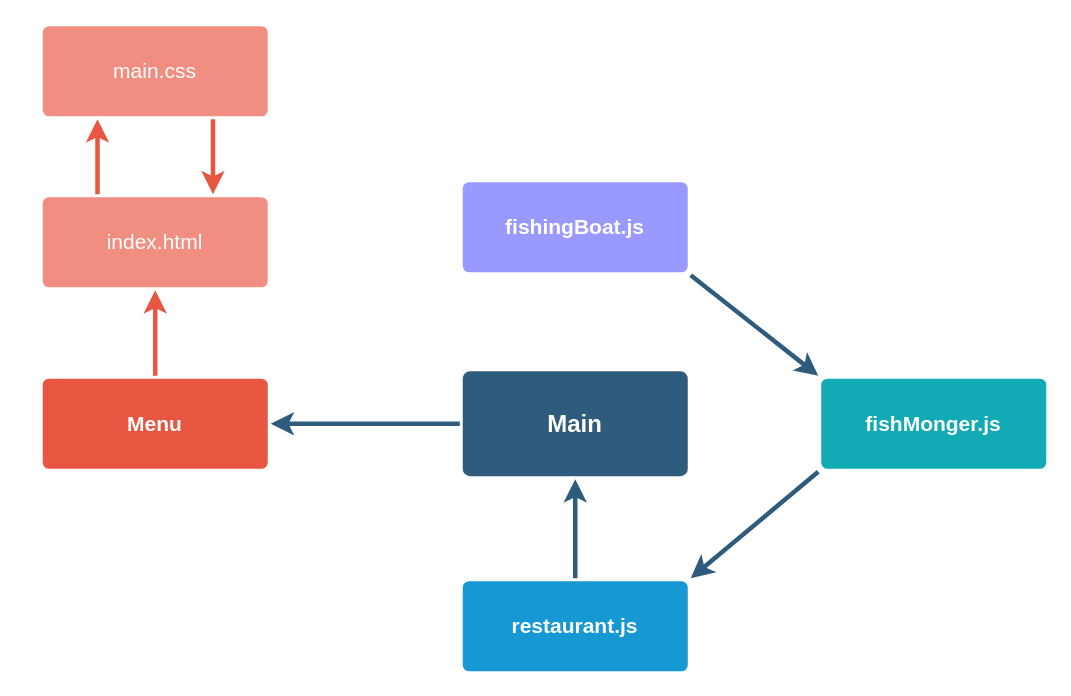
Earlier version of the draw.io diagram dependencyGaphy.drawio (day-cohort-70/fish-fusion-team5). Source tidied: cells renumbered, new cells numbered last; positions are measured from the earlier drawing's top-left corner, leaving out a move shared by most shapes. Both pictures are drawn from the tidied source at 150%, with x=0, y=0 at pixel (42, 26).
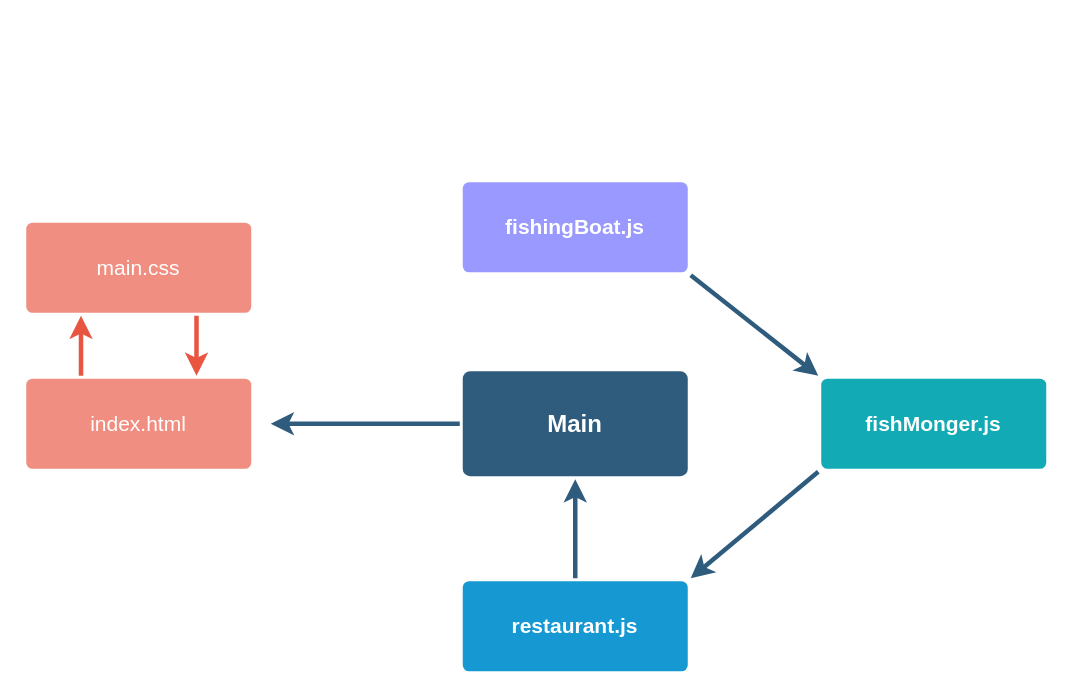
Above is the later version.

The edit, as a diff of the source:
```diff
@@
 <mxGraphModel>
   <root>
     <mxCell id="0" />
     <mxCell id="1" parent="0" />
     <mxCell id="2" style="edgeStyle=none;rounded=0;jumpStyle=none;html=1;shadow=0;labelBackgroundColor=none;startArrow=none;startFill=0;endArrow=classic;endFill=1;jettySize=auto;strokeColor=#2F5B7C;strokeWidth=3;fontFamily=Helvetica;fontSize=16;fontColor=#23445D;spacing=5;exitX=0.5;exitY=0;exitDx=0;exitDy=0;entryX=0.5;entryY=1;entryDx=0;entryDy=0;" parent="1" edge="1" source="9" target="4">
       <mxGeometry relative="1" as="geometry" />
     </mxCell>
-    <mxCell id="3" style="edgeStyle=none;rounded=0;jumpStyle=none;html=1;shadow=0;labelBackgroundColor=none;startArrow=none;startFill=0;endArrow=classic;endFill=1;jettySize=auto;strokeColor=#2F5B7C;strokeWidth=3;fontFamily=Helvetica;fontSize=16;fontColor=#23445D;spacing=5;" parent="1" edge="1" source="4" target="6">
-      <mxGeometry relative="1" as="geometry" />
+    <mxCell id="3" style="edgeStyle=none;rounded=0;jumpStyle=none;html=1;shadow=0;labelBackgroundColor=none;startArrow=none;startFill=0;endArrow=classic;endFill=1;jettySize=auto;strokeColor=#2F5B7C;strokeWidth=3;fontFamily=Helvetica;fontSize=16;fontColor=#23445D;spacing=5;" parent="1" edge="1" source="4">
+      <mxGeometry relative="1" as="geometry">
+        <mxPoint x="152" y="265" as="targetPoint" />
+      </mxGeometry>
     </mxCell>
     <mxCell id="4" value="Main" style="rounded=1;whiteSpace=wrap;html=1;shadow=0;labelBackgroundColor=none;strokeColor=none;strokeWidth=3;fillColor=#2F5B7C;fontFamily=Helvetica;fontSize=16;fontColor=#FFFFFF;align=center;fontStyle=1;spacing=5;arcSize=7;perimeterSpacing=2;" parent="1" vertex="1">
       <mxGeometry x="280" y="230" width="150" height="70" as="geometry" />
     </mxCell>
-    <mxCell id="5" style="edgeStyle=none;rounded=1;jumpStyle=none;html=1;shadow=0;labelBackgroundColor=none;startArrow=none;startFill=0;jettySize=auto;strokeColor=#E85642;strokeWidth=3;fontFamily=Helvetica;fontSize=14;fontColor=#FFFFFF;spacing=5;fontStyle=1;fillColor=#b0e3e6;entryX=0.5;entryY=1;entryDx=0;entryDy=0;" parent="1" edge="1" source="6" target="8">
-      <mxGeometry relative="1" as="geometry" />
-    </mxCell>
-    <mxCell id="6" value="Menu" style="rounded=1;whiteSpace=wrap;html=1;shadow=0;labelBackgroundColor=none;strokeColor=none;strokeWidth=3;fillColor=#e85642;fontFamily=Helvetica;fontSize=14;fontColor=#FFFFFF;align=center;spacing=5;fontStyle=1;arcSize=7;perimeterSpacing=2;" parent="1" vertex="1">
-      <mxGeometry y="235" width="150" height="60" as="geometry" />
-    </mxCell>
     <mxCell id="7" value="main.css" style="rounded=1;whiteSpace=wrap;html=1;shadow=0;labelBackgroundColor=none;strokeColor=none;strokeWidth=3;fillColor=#f08e81;fontFamily=Helvetica;fontSize=14;fontColor=#FFFFFF;align=center;spacing=5;fontStyle=0;arcSize=7;perimeterSpacing=2;" parent="1" vertex="1">
-      <mxGeometry width="150" height="60" as="geometry" />
+      <mxGeometry x="-11" y="131" width="150" height="60" as="geometry" />
     </mxCell>
     <mxCell id="8" value="index.html" style="rounded=1;whiteSpace=wrap;html=1;shadow=0;labelBackgroundColor=none;strokeColor=none;strokeWidth=3;fillColor=#f08e81;fontFamily=Helvetica;fontSize=14;fontColor=#FFFFFF;align=center;spacing=5;fontStyle=0;arcSize=7;perimeterSpacing=2;" parent="1" vertex="1">
-      <mxGeometry y="114" width="150" height="60" as="geometry" />
+      <mxGeometry x="-11" y="235" width="150" height="60" as="geometry" />
     </mxCell>
     <mxCell id="9" value="restaurant.js" style="rounded=1;whiteSpace=wrap;html=1;shadow=0;labelBackgroundColor=none;strokeColor=none;strokeWidth=3;fillColor=#1699d3;fontFamily=Helvetica;fontSize=14;fontColor=#FFFFFF;align=center;spacing=5;fontStyle=1;arcSize=7;perimeterSpacing=2;" parent="1" vertex="1">
       <mxGeometry x="280" y="370" width="150" height="60" as="geometry" />
     </mxCell>
     <mxCell id="10" value="fishingBoat.js" style="rounded=1;whiteSpace=wrap;html=1;shadow=0;labelBackgroundColor=none;strokeColor=none;strokeWidth=3;fillColor=#9999FF;fontFamily=Helvetica;fontSize=14;fontColor=#FFFFFF;align=center;spacing=5;fontStyle=1;arcSize=7;perimeterSpacing=2;" parent="1" vertex="1">
       <mxGeometry x="280" y="104" width="150" height="60" as="geometry" />
     </mxCell>
     <mxCell id="11" value="fishMonger.js" style="rounded=1;whiteSpace=wrap;html=1;shadow=0;labelBackgroundColor=none;strokeColor=none;strokeWidth=3;fillColor=#12aab5;fontFamily=Helvetica;fontSize=14;fontColor=#FFFFFF;align=center;spacing=5;fontStyle=1;arcSize=7;perimeterSpacing=2;" parent="1" vertex="1">
       <mxGeometry x="519" y="235" width="150" height="60" as="geometry" />
     </mxCell>
     <mxCell id="12" style="edgeStyle=none;rounded=1;jumpStyle=none;html=1;shadow=0;labelBackgroundColor=none;startArrow=none;startFill=0;jettySize=auto;strokeColor=#E85642;strokeWidth=3;fontFamily=Helvetica;fontSize=14;fontColor=#FFFFFF;spacing=5;fontStyle=1;fillColor=#b0e3e6;entryX=0.25;entryY=1;entryDx=0;entryDy=0;exitX=0.25;exitY=0;exitDx=0;exitDy=0;" parent="1" edge="1" source="8" target="7">
       <mxGeometry relative="1" as="geometry" />
     </mxCell>
     <mxCell id="13" style="edgeStyle=none;rounded=1;jumpStyle=none;html=1;shadow=0;labelBackgroundColor=none;startArrow=none;startFill=0;jettySize=auto;strokeColor=#E85642;strokeWidth=3;fontFamily=Helvetica;fontSize=14;fontColor=#FFFFFF;spacing=5;fontStyle=1;fillColor=#b0e3e6;entryX=0.75;entryY=0;entryDx=0;entryDy=0;exitX=0.75;exitY=1;exitDx=0;exitDy=0;" parent="1" edge="1" source="7" target="8">
       <mxGeometry relative="1" as="geometry" />
     </mxCell>
     <mxCell id="14" style="edgeStyle=none;rounded=0;jumpStyle=none;html=1;shadow=0;labelBackgroundColor=none;startArrow=none;startFill=0;endArrow=classic;endFill=1;jettySize=auto;strokeColor=#2F5B7C;strokeWidth=3;fontFamily=Helvetica;fontSize=16;fontColor=#23445D;spacing=5;exitX=1;exitY=1;exitDx=0;exitDy=0;entryX=0;entryY=0;entryDx=0;entryDy=0;" parent="1" edge="1" source="10" target="11">
       <mxGeometry relative="1" as="geometry" />
     </mxCell>
     <mxCell id="15" style="edgeStyle=none;rounded=0;jumpStyle=none;html=1;shadow=0;labelBackgroundColor=none;startArrow=none;startFill=0;endArrow=classic;endFill=1;jettySize=auto;strokeColor=#2F5B7C;strokeWidth=3;fontFamily=Helvetica;fontSize=16;fontColor=#23445D;spacing=5;exitX=0;exitY=1;exitDx=0;exitDy=0;entryX=1;entryY=0;entryDx=0;entryDy=0;" parent="1" edge="1" source="11" target="9">
       <mxGeometry relative="1" as="geometry" />
     </mxCell>
   </root>
 </mxGraphModel>
```
